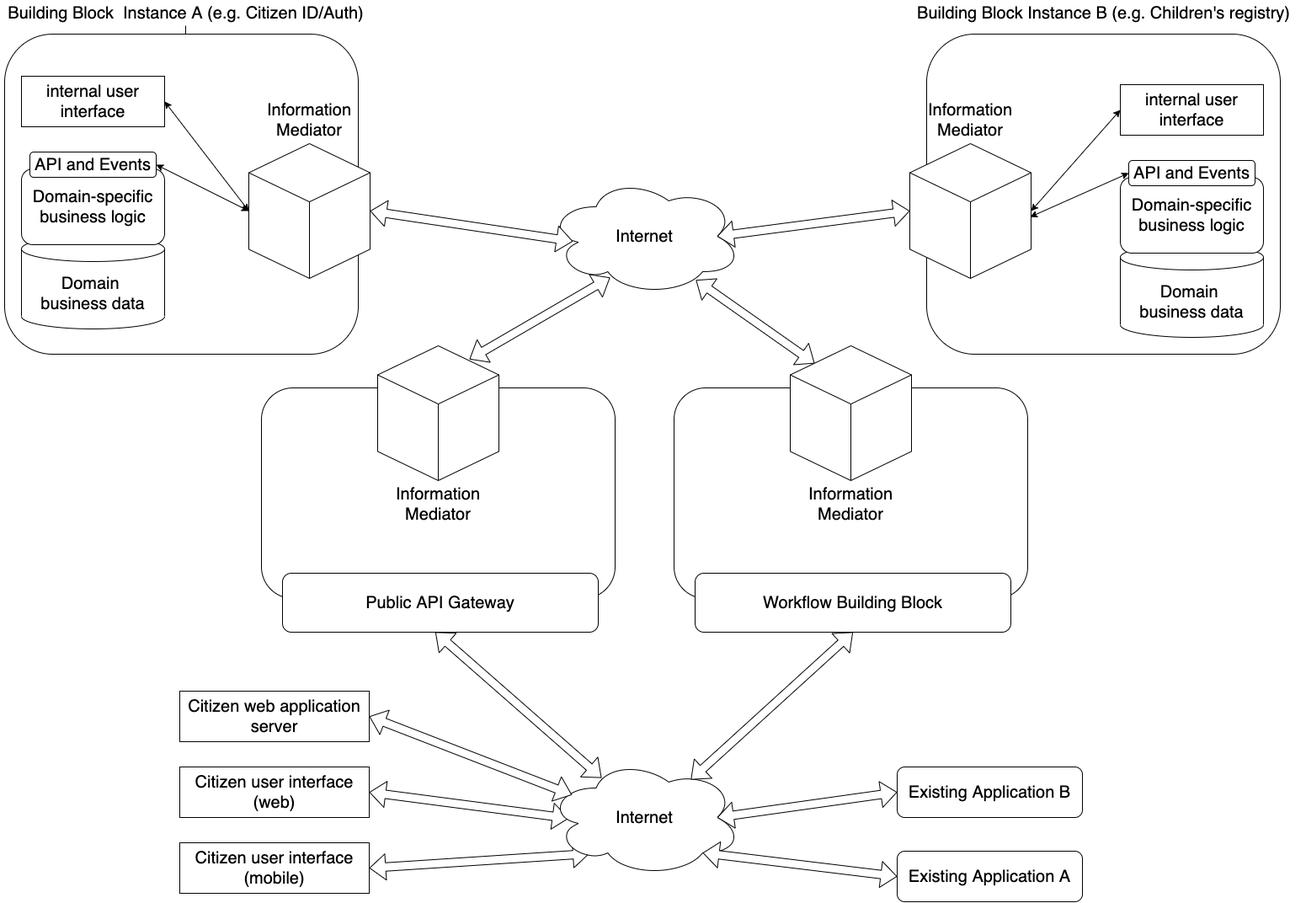
Above: diagrams/information_mediator.png in GovStackWorkingGroup/BuildingBlockAPI (draw.io), before the change. Source tidied: cells renumbered, new cells last; positions are measured from the earlier drawing's top-left corner, leaving out a move shared by most shapes. Source of this version:
```xml
<mxGraphModel>
  <root>
    <mxCell id="0" />
    <mxCell id="1" parent="0" />
    <mxCell id="2" style="edgeStyle=orthogonalEdgeStyle;rounded=0;jettySize=auto;html=1;" parent="1" edge="1" source="3" target="23">
      <mxGeometry relative="1" as="geometry" />
    </mxCell>
    <mxCell id="3" value="&lt;font style=&quot;font-size: 20px&quot;&gt;Building Block&amp;nbsp; Instance A (e.g. Citizen ID/Auth)&lt;/font&gt;" style="text;html=1;align=center;verticalAlign=middle;points=[];strokeColor=none;fontSize=20;" parent="1" vertex="1">
      <mxGeometry width="440" height="30" as="geometry" />
    </mxCell>
    <mxCell id="4" value="Internet" style="ellipse;shape=cloud;whiteSpace=wrap;html=1;fontSize=20;" parent="1" vertex="1">
      <mxGeometry x="650" y="210" width="230" height="140" as="geometry" />
    </mxCell>
    <mxCell id="5" style="shape=flexArrow;endArrow=classic;html=1;fontSize=20;exitX=1;exitY=0.5;exitDx=0;exitDy=0;exitPerimeter=0;startArrow=block;entryX=0.13;entryY=0.543;entryDx=0;entryDy=0;entryPerimeter=0;fillColor=#ffffff;" parent="1" edge="1" source="29" target="4">
      <mxGeometry relative="1" as="geometry" />
    </mxCell>
    <mxCell id="6" style="shape=flexArrow;endArrow=classic;html=1;fontSize=20;entryX=0;entryY=0.5;entryDx=0;entryDy=0;entryPerimeter=0;startArrow=block;exitX=0.875;exitY=0.5;exitDx=0;exitDy=0;exitPerimeter=0;fillColor=#ffffff;" parent="1" edge="1" source="4" target="49">
      <mxGeometry relative="1" as="geometry" />
    </mxCell>
    <mxCell id="7" style="shape=flexArrow;endArrow=classic;html=1;fontSize=20;startArrow=block;entryX=0.757;entryY=0.1;entryDx=0;entryDy=0;entryPerimeter=0;exitX=0.322;exitY=0.85;exitDx=0;exitDy=0;exitPerimeter=0;fillColor=#ffffff;" parent="1" edge="1" source="4" target="39">
      <mxGeometry relative="1" as="geometry" />
    </mxCell>
    <mxCell id="8" style="shape=flexArrow;endArrow=classic;html=1;fontSize=20;startArrow=block;entryX=1;entryY=0.5;entryDx=0;entryDy=0;exitX=0.109;exitY=0.507;exitDx=0;exitDy=0;exitPerimeter=0;" parent="1" edge="1" source="10" target="19">
      <mxGeometry relative="1" as="geometry" />
    </mxCell>
    <mxCell id="9" style="shape=flexArrow;endArrow=classic;html=1;fontSize=20;startArrow=block;entryX=1;entryY=0.5;entryDx=0;entryDy=0;exitX=0.215;exitY=0.807;exitDx=0;exitDy=0;exitPerimeter=0;" parent="1" edge="1" source="10" target="18">
      <mxGeometry relative="1" as="geometry" />
    </mxCell>
    <mxCell id="10" value="Internet" style="ellipse;shape=cloud;whiteSpace=wrap;html=1;fontSize=20;" parent="1" vertex="1">
      <mxGeometry x="650" y="900" width="230" height="140" as="geometry" />
    </mxCell>
    <mxCell id="11" style="shape=flexArrow;endArrow=classic;html=1;fontSize=20;startArrow=block;entryX=0.201;entryY=0.131;entryDx=0;entryDy=0;entryPerimeter=0;fillColor=#ffffff;exitX=0.765;exitY=0.871;exitDx=0;exitDy=0;exitPerimeter=0;" parent="1" edge="1" source="4" target="34">
      <mxGeometry relative="1" as="geometry" />
    </mxCell>
    <mxCell id="12" style="shape=flexArrow;endArrow=classic;html=1;fontSize=20;startArrow=block;entryX=0.739;entryY=0.179;entryDx=0;entryDy=0;entryPerimeter=0;fillColor=#ffffff;exitX=0.5;exitY=1;exitDx=0;exitDy=0;" parent="1" edge="1" source="36" target="10">
      <mxGeometry x="900" y="500" as="geometry" />
    </mxCell>
    <mxCell id="13" style="shape=flexArrow;endArrow=classic;html=1;fontSize=20;startArrow=block;entryX=0.278;entryY=0.164;entryDx=0;entryDy=0;entryPerimeter=0;fillColor=#ffffff;exitX=0.484;exitY=1;exitDx=0;exitDy=0;exitPerimeter=0;" parent="1" edge="1" source="41" target="10">
      <mxGeometry relative="1" as="geometry" />
    </mxCell>
    <mxCell id="14" value="&lt;font style=&quot;font-size: 20px&quot;&gt;Existing Application A&lt;/font&gt;" style="rounded=1;whiteSpace=wrap;html=1;" parent="1" vertex="1">
      <mxGeometry x="1065" y="1010" width="220" height="60" as="geometry" />
    </mxCell>
    <mxCell id="15" style="shape=flexArrow;endArrow=classic;html=1;fontSize=20;startArrow=block;fillColor=#ffffff;entryX=0.8;entryY=0.8;entryDx=0;entryDy=0;entryPerimeter=0;exitX=0;exitY=0.5;exitDx=0;exitDy=0;" parent="1" edge="1" source="14" target="10">
      <mxGeometry relative="1" as="geometry" />
    </mxCell>
    <mxCell id="16" value="&lt;font style=&quot;font-size: 20px&quot;&gt;Existing Application B&lt;/font&gt;" style="rounded=1;whiteSpace=wrap;html=1;" parent="1" vertex="1">
      <mxGeometry x="1065" y="910" width="220" height="60" as="geometry" />
    </mxCell>
    <mxCell id="17" style="shape=flexArrow;endArrow=classic;html=1;fontSize=20;startArrow=block;fillColor=#ffffff;entryX=0.875;entryY=0.5;entryDx=0;entryDy=0;entryPerimeter=0;exitX=0;exitY=0.5;exitDx=0;exitDy=0;" parent="1" edge="1" source="16" target="10">
      <mxGeometry relative="1" as="geometry" />
    </mxCell>
    <mxCell id="18" value="Citizen user interface (mobile)" style="rounded=0;whiteSpace=wrap;html=1;fontSize=20;fontStyle=0;glass=0;" parent="1" vertex="1">
      <mxGeometry x="213" y="1000" width="225" height="60" as="geometry" />
    </mxCell>
    <mxCell id="19" value="Citizen user interface (web)" style="rounded=0;whiteSpace=wrap;html=1;fontSize=20;" parent="1" vertex="1">
      <mxGeometry x="213" y="910" width="225" height="60" as="geometry" />
    </mxCell>
    <mxCell id="20" value="Citizen web application server" style="rounded=0;whiteSpace=wrap;html=1;fontSize=20;" parent="1" vertex="1">
      <mxGeometry x="213" y="820" width="225" height="60" as="geometry" />
    </mxCell>
    <mxCell id="21" style="shape=flexArrow;endArrow=classic;html=1;fontSize=20;startArrow=block;entryX=0.125;entryY=0.308;entryDx=0;entryDy=0;entryPerimeter=0;fillColor=#ffffff;exitX=1;exitY=0.5;exitDx=0;exitDy=0;" parent="1" edge="1" source="20" target="10">
      <mxGeometry relative="1" as="geometry" />
    </mxCell>
    <mxCell id="22" style="group;fontSize=20;" parent="1" vertex="1">
      <mxGeometry x="5" y="40" width="1242.5" height="550" as="geometry" />
    </mxCell>
    <mxCell id="23" style="rounded=1;whiteSpace=wrap;html=1;fontSize=20;" parent="22" vertex="1">
      <mxGeometry width="420" height="380" as="geometry" />
    </mxCell>
    <mxCell id="24" value="internal user interface" style="rounded=0;whiteSpace=wrap;html=1;fontSize=20;" parent="22" vertex="1">
      <mxGeometry x="20" y="50" width="170" height="60" as="geometry" />
    </mxCell>
    <mxCell id="25" style="group;fontSize=20;" parent="22" vertex="1">
      <mxGeometry x="20" y="130" width="170" height="220" as="geometry" />
    </mxCell>
    <mxCell id="26" value="Domain &lt;br style=&quot;font-size: 20px;&quot;&gt;business data" style="shape=cylinder3;whiteSpace=wrap;html=1;boundedLbl=1;backgroundOutline=1;size=15;fontSize=20;" parent="25" vertex="1">
      <mxGeometry y="110" width="170" height="110" as="geometry" />
    </mxCell>
    <mxCell id="27" value="Domain-specific&lt;br style=&quot;font-size: 20px&quot;&gt;business logic" style="rounded=1;whiteSpace=wrap;html=1;fontSize=20;" parent="25" vertex="1">
      <mxGeometry y="30" width="170" height="90" as="geometry" />
    </mxCell>
    <mxCell id="28" value="API and Events" style="rounded=1;whiteSpace=wrap;html=1;fontSize=20;" parent="25" vertex="1">
      <mxGeometry x="10" y="10" width="150" height="30" as="geometry" />
    </mxCell>
    <mxCell id="29" value="&lt;font style=&quot;font-size: 20px&quot;&gt;Information Mediator&lt;br style=&quot;font-size: 20px;&quot;&gt;&lt;br style=&quot;font-size: 20px;&quot;&gt;&lt;br style=&quot;font-size: 20px;&quot;&gt;&lt;br style=&quot;font-size: 20px;&quot;&gt;&lt;br style=&quot;font-size: 20px;&quot;&gt;&lt;br style=&quot;font-size: 20px;&quot;&gt;&lt;br style=&quot;font-size: 20px;&quot;&gt;&lt;br style=&quot;font-size: 20px;&quot;&gt;&lt;br style=&quot;font-size: 20px;&quot;&gt;&lt;br style=&quot;font-size: 20px;&quot;&gt;&lt;/font&gt;" style="html=1;whiteSpace=wrap;shape=isoCube2;backgroundOutline=1;isoAngle=15;fontSize=20;" parent="22" vertex="1">
      <mxGeometry x="290" y="130" width="144" height="160" as="geometry" />
    </mxCell>
    <mxCell id="30" style="endArrow=classic;html=1;entryX=1;entryY=0.5;entryDx=0;entryDy=0;exitX=0;exitY=0.5;exitDx=0;exitDy=0;exitPerimeter=0;startArrow=classic;startFill=1;fontSize=20;" parent="22" edge="1" source="29" target="24">
      <mxGeometry relative="1" as="geometry" />
    </mxCell>
    <mxCell id="31" style="endArrow=classic;html=1;entryX=1;entryY=0.5;entryDx=0;entryDy=0;exitX=0;exitY=0.5;exitDx=0;exitDy=0;exitPerimeter=0;startArrow=classic;startFill=1;fontSize=20;" parent="22" edge="1" source="29" target="28">
      <mxGeometry relative="1" as="geometry" />
    </mxCell>
    <mxCell id="32" style="group;" parent="1" vertex="1">
      <mxGeometry x="800" y="410" width="420" height="370" as="geometry" />
    </mxCell>
    <mxCell id="33" style="rounded=1;whiteSpace=wrap;html=1;fontSize=20;" parent="32" vertex="1">
      <mxGeometry y="50" width="420" height="250" as="geometry" />
    </mxCell>
    <mxCell id="34" value="&lt;font style=&quot;font-size: 20px&quot;&gt;&lt;br&gt;&lt;br&gt;&lt;br style=&quot;font-size: 20px&quot;&gt;&lt;br style=&quot;font-size: 20px&quot;&gt;&lt;br style=&quot;font-size: 20px&quot;&gt;&lt;br style=&quot;font-size: 20px&quot;&gt;&lt;br style=&quot;font-size: 20px&quot;&gt;&lt;br style=&quot;font-size: 20px&quot;&gt;&lt;br style=&quot;font-size: 20px&quot;&gt;Information Mediator&lt;br style=&quot;font-size: 20px&quot;&gt;&lt;/font&gt;" style="html=1;whiteSpace=wrap;shape=isoCube2;backgroundOutline=1;isoAngle=15;fontSize=20;align=center;" parent="32" vertex="1">
      <mxGeometry x="138" width="144" height="160" as="geometry" />
    </mxCell>
    <mxCell id="35" style="group;fontSize=20;" parent="32" vertex="1">
      <mxGeometry x="25" y="270" width="375" height="70" as="geometry" />
    </mxCell>
    <mxCell id="36" value="Workflow Building Block" style="rounded=1;whiteSpace=wrap;html=1;fontSize=20;" parent="35" vertex="1">
      <mxGeometry width="375" height="70" as="geometry" />
    </mxCell>
    <mxCell id="37" style="group;" parent="1" vertex="1">
      <mxGeometry x="310" y="410" width="420" height="370" as="geometry" />
    </mxCell>
    <mxCell id="38" style="rounded=1;whiteSpace=wrap;html=1;fontSize=20;" parent="37" vertex="1">
      <mxGeometry y="50" width="420" height="250" as="geometry" />
    </mxCell>
    <mxCell id="39" value="&lt;font style=&quot;font-size: 20px&quot;&gt;&lt;br&gt;&lt;br&gt;&lt;br style=&quot;font-size: 20px&quot;&gt;&lt;br style=&quot;font-size: 20px&quot;&gt;&lt;br style=&quot;font-size: 20px&quot;&gt;&lt;br style=&quot;font-size: 20px&quot;&gt;&lt;br style=&quot;font-size: 20px&quot;&gt;&lt;br style=&quot;font-size: 20px&quot;&gt;&lt;br style=&quot;font-size: 20px&quot;&gt;Information Mediator&lt;br style=&quot;font-size: 20px&quot;&gt;&lt;/font&gt;" style="html=1;whiteSpace=wrap;shape=isoCube2;backgroundOutline=1;isoAngle=15;fontSize=20;align=center;" parent="37" vertex="1">
      <mxGeometry x="138" width="144" height="160" as="geometry" />
    </mxCell>
    <mxCell id="40" style="group;fontSize=20;" parent="37" vertex="1">
      <mxGeometry x="25" y="270" width="375" height="70" as="geometry" />
    </mxCell>
    <mxCell id="41" value="Public API Gateway" style="rounded=1;whiteSpace=wrap;html=1;fontSize=20;" parent="40" vertex="1">
      <mxGeometry width="375" height="70" as="geometry" />
    </mxCell>
    <mxCell id="42" value=" " style="group;" parent="1" vertex="1">
      <mxGeometry x="1100" width="450" height="420" as="geometry" />
    </mxCell>
    <mxCell id="43" style="group;fontSize=20;" parent="42" vertex="1">
      <mxGeometry y="40" width="420" height="380" as="geometry" />
    </mxCell>
    <mxCell id="44" style="rounded=1;whiteSpace=wrap;html=1;fontSize=20;" parent="43" vertex="1">
      <mxGeometry width="420" height="380" as="geometry" />
    </mxCell>
    <mxCell id="45" value="internal user interface" style="rounded=0;whiteSpace=wrap;html=1;fontSize=20;" parent="43" vertex="1">
      <mxGeometry x="230" y="60" width="170" height="60" as="geometry" />
    </mxCell>
    <mxCell id="46" style="group;fontSize=20;" parent="43" vertex="1">
      <mxGeometry x="230" y="140" width="170" height="220" as="geometry" />
    </mxCell>
    <mxCell id="47" value="Domain &lt;br style=&quot;font-size: 20px;&quot;&gt;business data" style="shape=cylinder3;whiteSpace=wrap;html=1;boundedLbl=1;backgroundOutline=1;size=15;fontSize=20;" parent="46" vertex="1">
      <mxGeometry y="110" width="170" height="110" as="geometry" />
    </mxCell>
    <mxCell id="48" value="Domain-specific&lt;br style=&quot;font-size: 20px&quot;&gt;business logic" style="rounded=1;whiteSpace=wrap;html=1;fontSize=20;" parent="46" vertex="1">
      <mxGeometry y="30" width="170" height="90" as="geometry" />
    </mxCell>
    <mxCell id="49" value="&lt;font style=&quot;font-size: 20px&quot;&gt;Information Mediator&lt;br style=&quot;font-size: 20px;&quot;&gt;&lt;br style=&quot;font-size: 20px;&quot;&gt;&lt;br style=&quot;font-size: 20px;&quot;&gt;&lt;br style=&quot;font-size: 20px;&quot;&gt;&lt;br style=&quot;font-size: 20px;&quot;&gt;&lt;br style=&quot;font-size: 20px;&quot;&gt;&lt;br style=&quot;font-size: 20px;&quot;&gt;&lt;br style=&quot;font-size: 20px;&quot;&gt;&lt;br style=&quot;font-size: 20px;&quot;&gt;&lt;br style=&quot;font-size: 20px;&quot;&gt;&lt;/font&gt;" style="html=1;whiteSpace=wrap;shape=isoCube2;backgroundOutline=1;isoAngle=15;fontSize=20;" parent="43" vertex="1">
      <mxGeometry x="-20" y="130" width="144" height="160" as="geometry" />
    </mxCell>
    <mxCell id="50" style="endArrow=classic;html=1;entryX=0;entryY=0.5;entryDx=0;entryDy=0;exitX=1;exitY=0.5;exitDx=0;exitDy=0;exitPerimeter=0;startArrow=classic;startFill=1;fontSize=20;" parent="43" edge="1" source="49" target="45">
      <mxGeometry relative="1" as="geometry" />
    </mxCell>
    <mxCell id="51" style="endArrow=classic;html=1;entryX=0;entryY=0.5;entryDx=0;entryDy=0;startArrow=classic;startFill=1;fontSize=20;exitX=0.993;exitY=0.544;exitDx=0;exitDy=0;exitPerimeter=0;" parent="43" edge="1" source="49" target="52">
      <mxGeometry relative="1" as="geometry" />
    </mxCell>
    <mxCell id="52" value="API and Events" style="rounded=1;whiteSpace=wrap;html=1;fontSize=20;" parent="43" vertex="1">
      <mxGeometry x="240" y="150" width="150" height="30" as="geometry" />
    </mxCell>
    <mxCell id="53" value="&lt;font style=&quot;font-size: 20px&quot;&gt;Building Block Instance B (e.g. Children's registry)&lt;/font&gt;" style="text;html=1;align=center;verticalAlign=middle;strokeColor=none;fontSize=20;" parent="42" vertex="1">
      <mxGeometry x="-30" width="480" height="30" as="geometry" />
    </mxCell>
  </root>
</mxGraphModel>
```
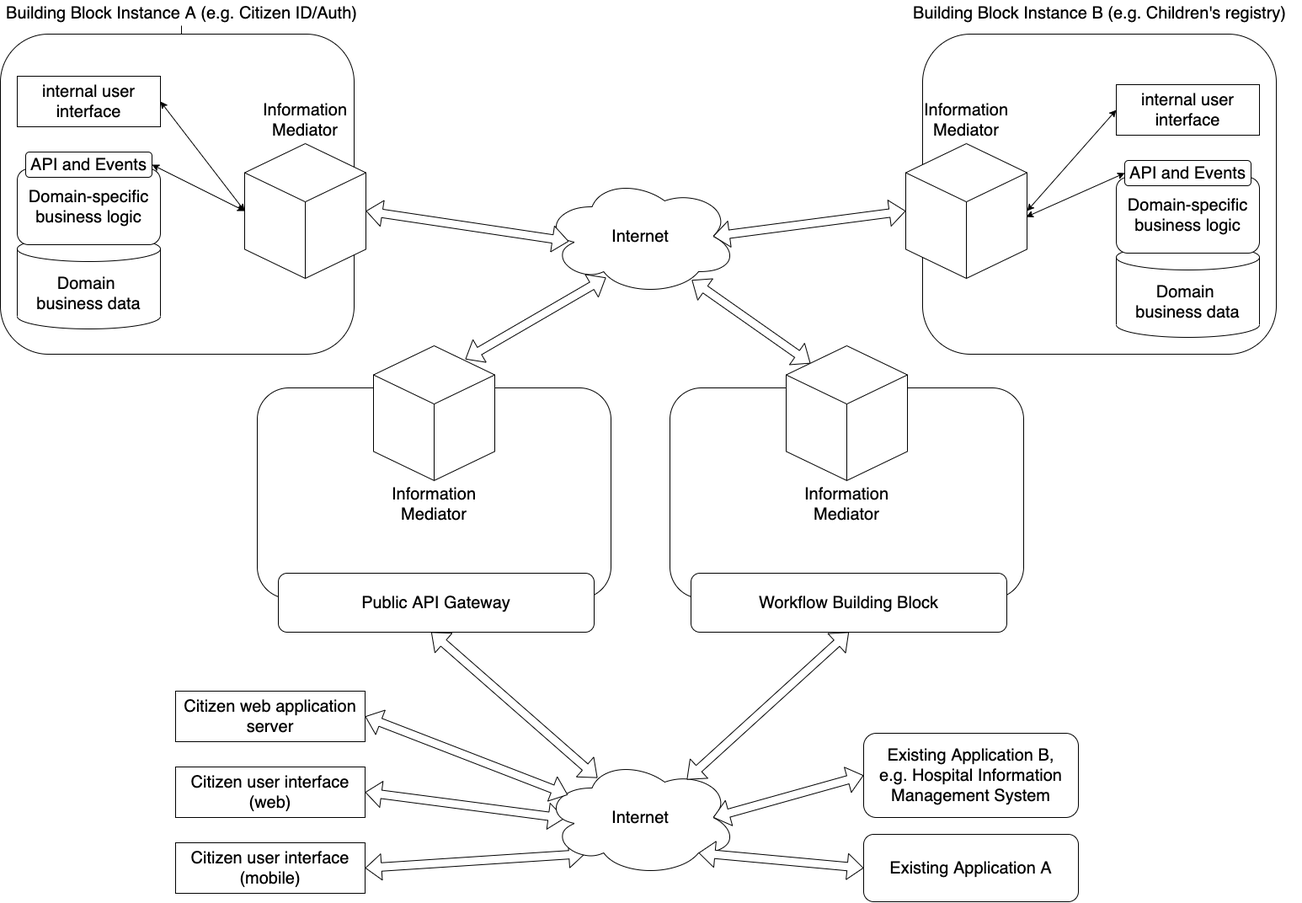
After the change.

Diff of the diagram source:
```diff
@@ -5,8 +5,8 @@
     <mxCell id="2" style="edgeStyle=orthogonalEdgeStyle;rounded=0;jettySize=auto;html=1;" parent="1" edge="1" source="3" target="23">
       <mxGeometry relative="1" as="geometry" />
     </mxCell>
-    <mxCell id="3" value="&lt;font style=&quot;font-size: 20px&quot;&gt;Building Block&amp;nbsp; Instance A (e.g. Citizen ID/Auth)&lt;/font&gt;" style="text;html=1;align=center;verticalAlign=middle;points=[];strokeColor=none;fontSize=20;" parent="1" vertex="1">
-      <mxGeometry width="440" height="30" as="geometry" />
+    <mxCell id="3" value="&lt;font style=&quot;font-size: 20px&quot;&gt;Building Block Instance A (e.g. Citizen ID/Auth)&lt;/font&gt;" style="text;html=1;align=center;verticalAlign=middle;points=[];strokeColor=none;fontSize=20;" parent="1" vertex="1">
+      <mxGeometry x="5" width="430" height="30" as="geometry" />
     </mxCell>
     <mxCell id="4" value="Internet" style="ellipse;shape=cloud;whiteSpace=wrap;html=1;fontSize=20;" parent="1" vertex="1">
       <mxGeometry x="650" y="210" width="230" height="140" as="geometry" />
@@ -39,13 +39,13 @@
       <mxGeometry relative="1" as="geometry" />
     </mxCell>
     <mxCell id="14" value="&lt;font style=&quot;font-size: 20px&quot;&gt;Existing Application A&lt;/font&gt;" style="rounded=1;whiteSpace=wrap;html=1;" parent="1" vertex="1">
-      <mxGeometry x="1065" y="1010" width="220" height="60" as="geometry" />
+      <mxGeometry x="1030" y="990" width="255" height="80" as="geometry" />
     </mxCell>
     <mxCell id="15" style="shape=flexArrow;endArrow=classic;html=1;fontSize=20;startArrow=block;fillColor=#ffffff;entryX=0.8;entryY=0.8;entryDx=0;entryDy=0;entryPerimeter=0;exitX=0;exitY=0.5;exitDx=0;exitDy=0;" parent="1" edge="1" source="14" target="10">
       <mxGeometry relative="1" as="geometry" />
     </mxCell>
-    <mxCell id="16" value="&lt;font style=&quot;font-size: 20px&quot;&gt;Existing Application B&lt;/font&gt;" style="rounded=1;whiteSpace=wrap;html=1;" parent="1" vertex="1">
-      <mxGeometry x="1065" y="910" width="220" height="60" as="geometry" />
+    <mxCell id="16" value="&lt;font style=&quot;font-size: 20px&quot;&gt;Existing Application B,&lt;br&gt;e.g. Hospital Information Management System&lt;br&gt;&lt;/font&gt;" style="rounded=1;whiteSpace=wrap;html=1;" parent="1" vertex="1">
+      <mxGeometry x="1030" y="870" width="255" height="100" as="geometry" />
     </mxCell>
     <mxCell id="17" style="shape=flexArrow;endArrow=classic;html=1;fontSize=20;startArrow=block;fillColor=#ffffff;entryX=0.875;entryY=0.5;entryDx=0;entryDy=0;entryPerimeter=0;exitX=0;exitY=0.5;exitDx=0;exitDy=0;" parent="1" edge="1" source="16" target="10">
       <mxGeometry relative="1" as="geometry" />
```
